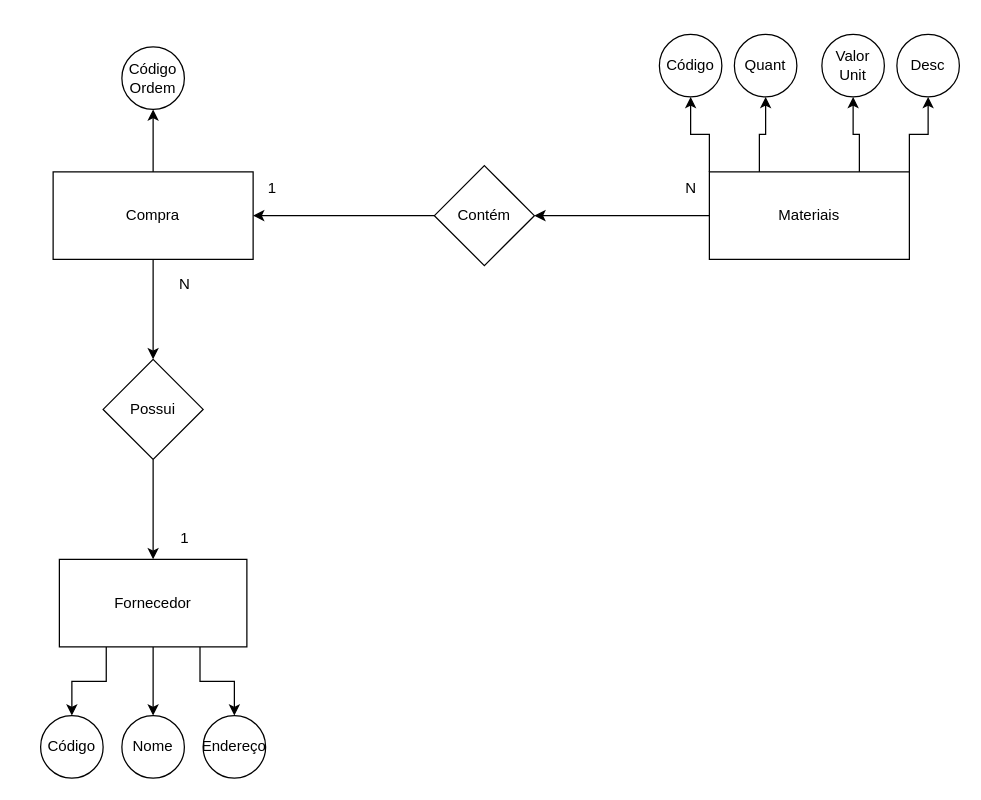
J4oG/NormalizationExercise keeps this draw.io diagram as Q3 Normalizacao.drawio. Above is the earlier version. Source tidied: cells renumbered, new cells numbered last; positions are measured from the earlier drawing's top-left corner, leaving out a move shared by most shapes. Both pictures are drawn from the tidied source at 125%, with x=0, y=0 at pixel (40, 34).
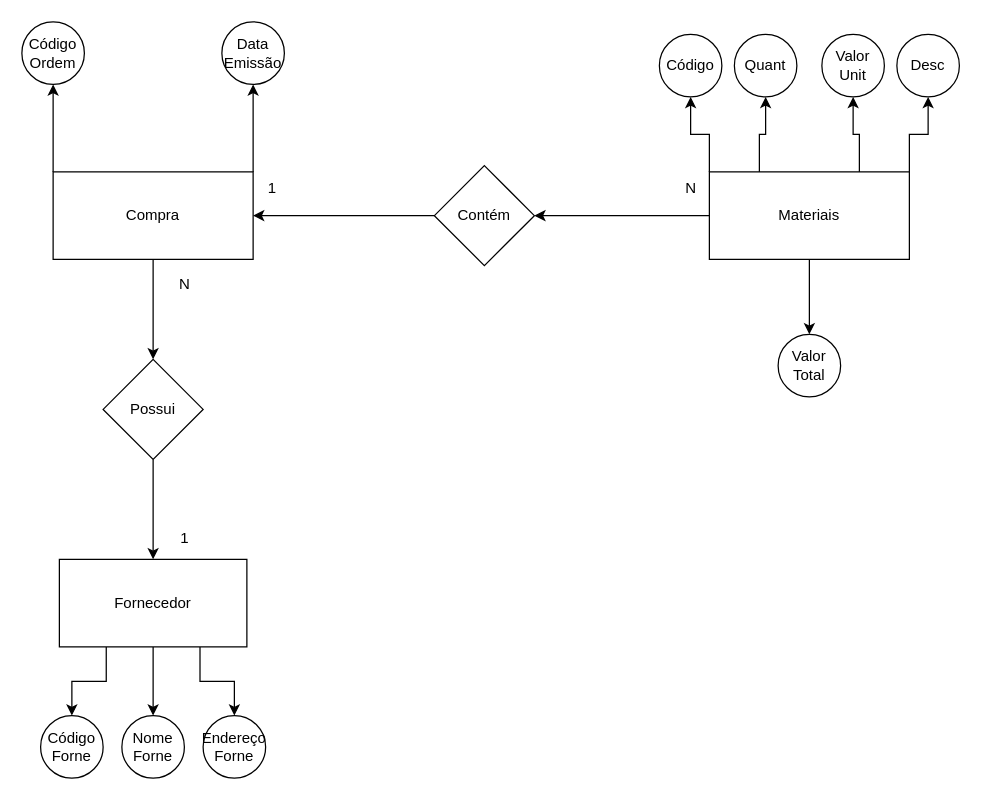
The same diagram, later.

Unchanged cells that the change refers to:
```xml
<mxCell id="4" value="Compra" style="rounded=0;whiteSpace=wrap;html=1;" parent="1" vertex="1">
  <mxGeometry x="10" y="110" width="160" height="70" as="geometry" />
</mxCell>
<mxCell id="10" value="Materiais" style="rounded=0;whiteSpace=wrap;html=1;" parent="1" vertex="1">
  <mxGeometry x="535" y="110" width="160" height="70" as="geometry" />
</mxCell>
```

Change to the diagram source:
```diff
@@
-    <mxCell id="2" style="edgeStyle=orthogonalEdgeStyle;rounded=0;jettySize=auto;html=1;exitX=0.5;exitY=0;exitDx=0;exitDy=0;entryX=0.5;entryY=1;entryDx=0;entryDy=0;" parent="1" edge="1" source="4" target="18">
+    <mxCell id="2" style="edgeStyle=orthogonalEdgeStyle;rounded=0;jettySize=auto;html=1;exitX=0;exitY=0;exitDx=0;exitDy=0;entryX=0.5;entryY=1;entryDx=0;entryDy=0;" parent="1" edge="1" source="4" target="18">
       <mxGeometry relative="1" as="geometry" />
     </mxCell>
@@
+    <mxCell id="31" style="edgeStyle=orthogonalEdgeStyle;rounded=0;jettySize=auto;html=1;exitX=1;exitY=0;exitDx=0;exitDy=0;entryX=0.5;entryY=1;entryDx=0;entryDy=0;" parent="1" edge="1" source="4" target="33">
+      <mxGeometry relative="1" as="geometry" />
+    </mxCell>
@@
+    <mxCell id="32" style="edgeStyle=orthogonalEdgeStyle;rounded=0;jettySize=auto;html=1;exitX=0.5;exitY=1;exitDx=0;exitDy=0;entryX=0.5;entryY=0;entryDx=0;entryDy=0;" parent="1" edge="1" source="10" target="34">
+      <mxGeometry relative="1" as="geometry" />
+    </mxCell>
@@
-    <mxCell id="15" value="Código" style="ellipse;whiteSpace=wrap;html=1;" parent="1" vertex="1">
+    <mxCell id="15" value="Código&lt;br&gt;Forne" style="ellipse;whiteSpace=wrap;html=1;" parent="1" vertex="1">
       <mxGeometry y="545" width="50" height="50" as="geometry" />
     </mxCell>
-    <mxCell id="16" value="Nome" style="ellipse;whiteSpace=wrap;html=1;" parent="1" vertex="1">
+    <mxCell id="16" value="Nome&lt;br&gt;Forne" style="ellipse;whiteSpace=wrap;html=1;" parent="1" vertex="1">
       <mxGeometry x="65" y="545" width="50" height="50" as="geometry" />
     </mxCell>
-    <mxCell id="17" value="Endereço" style="ellipse;whiteSpace=wrap;html=1;" parent="1" vertex="1">
+    <mxCell id="17" value="Endereço&lt;br&gt;Forne" style="ellipse;whiteSpace=wrap;html=1;" parent="1" vertex="1">
       <mxGeometry x="130" y="545" width="50" height="50" as="geometry" />
     </mxCell>
     <mxCell id="18" value="Código&lt;br&gt;Ordem" style="ellipse;whiteSpace=wrap;html=1;" parent="1" vertex="1">
-      <mxGeometry x="65" y="10" width="50" height="50" as="geometry" />
+      <mxGeometry x="-15" y="-10" width="50" height="50" as="geometry" />
     </mxCell>
@@
+    <mxCell id="33" value="Data&lt;br&gt;Emissão" style="ellipse;whiteSpace=wrap;html=1;" parent="1" vertex="1">
+      <mxGeometry x="145" y="-10" width="50" height="50" as="geometry" />
+    </mxCell>
+    <mxCell id="34" value="Valor&lt;br&gt;Total" style="ellipse;whiteSpace=wrap;html=1;" parent="1" vertex="1">
+      <mxGeometry x="590" y="240" width="50" height="50" as="geometry" />
+    </mxCell>
```
